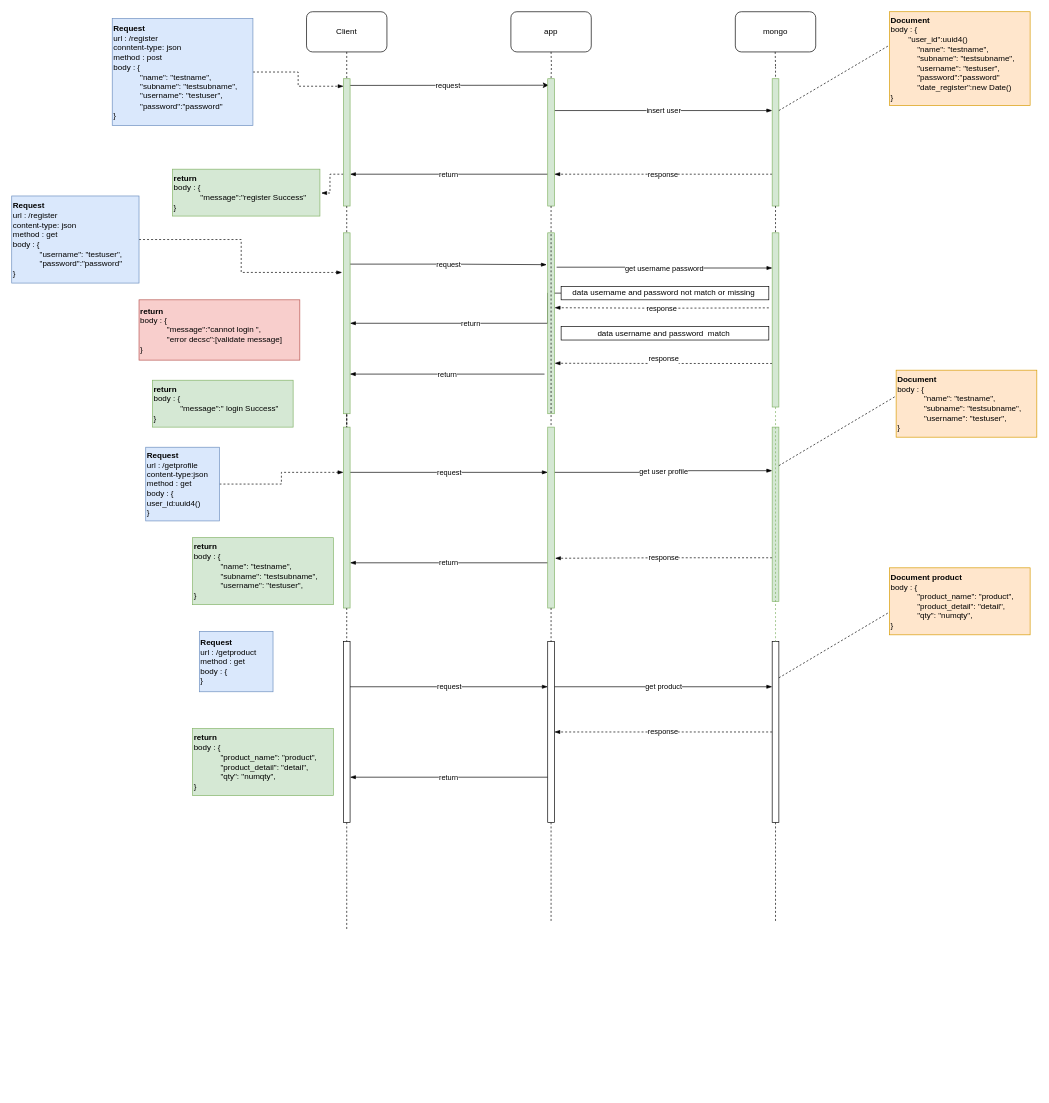
Above: page "Page-2" (2 of 2) of flow/Diagram.drawio in than2557/Backend_nodejs (draw.io), before the change. Source tidied: cells renumbered, new cells numbered last; positions are measured from the earlier drawing's top-left corner, leaving out a move shared by most shapes. Both pictures are drawn from the tidied source at 67%, with x=0, y=0 at pixel (11, 11).
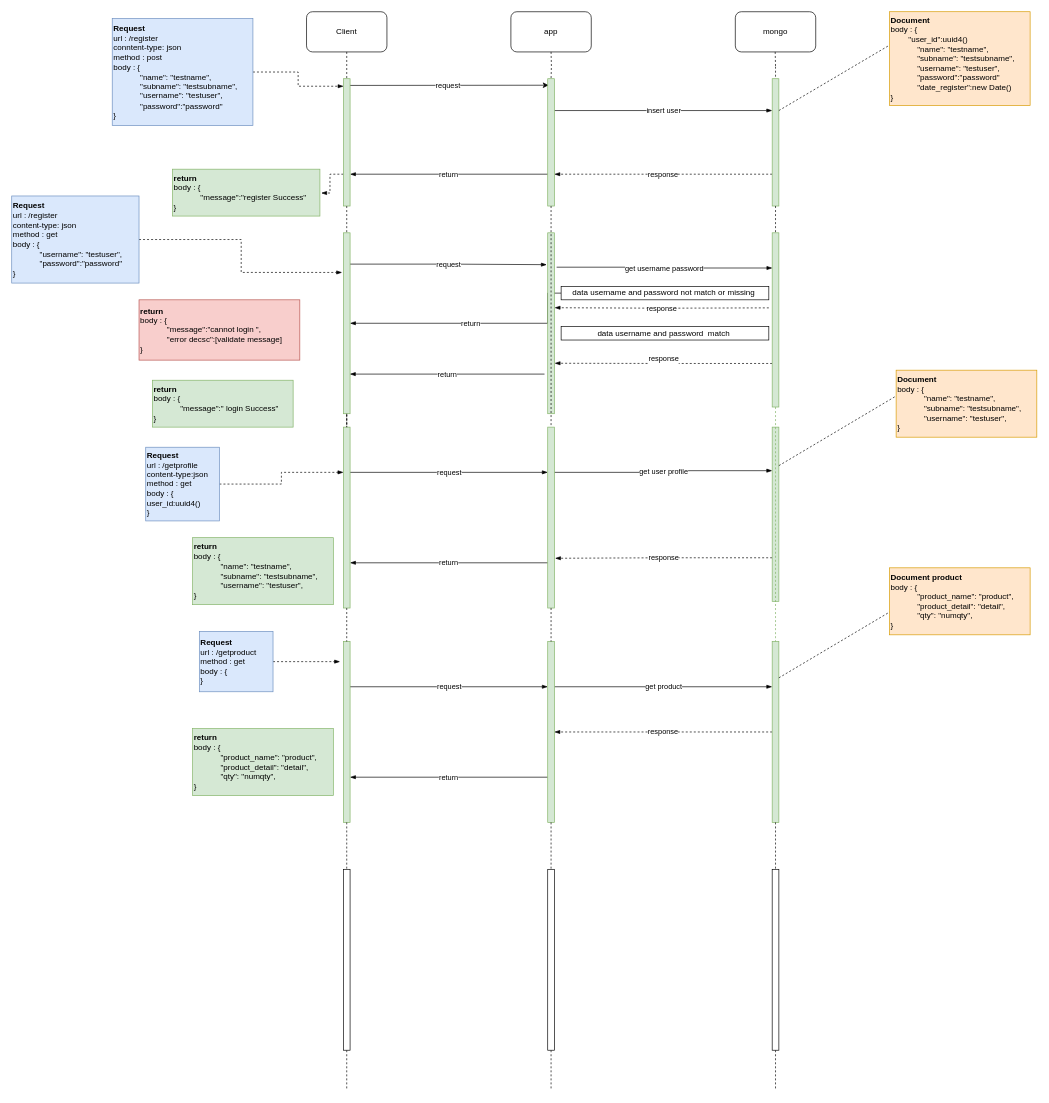
The same page after the edit.

Unchanged cells that the change refers to:
```xml
<mxCell id="66" value="&lt;b&gt;Request&lt;/b&gt;&lt;br&gt;url : /getproduct&lt;br&gt;method : get&lt;br&gt;body : {&lt;br&gt;&lt;blockquote style=&quot;margin: 0 0 0 40px; border: none; padding: 0px;&quot;&gt;&lt;/blockquote&gt;&lt;blockquote style=&quot;margin: 0 0 0 40px; border: none; padding: 0px;&quot;&gt;&lt;/blockquote&gt;}" style="text;html=1;align=left;verticalAlign=middle;points=[];strokeColor=#6c8ebf;fillColor=#dae8fc;" parent="1" vertex="1">
  <mxGeometry x="280" y="925" width="110" height="90" as="geometry" />
</mxCell>
```

Change to the diagram source:
```diff
@@
-    <mxCell id="2" style="edgeStyle=orthogonalEdgeStyle;rounded=0;jettySize=auto;html=1;exitX=0.5;exitY=1;exitDx=0;exitDy=0;startArrow=none;startFill=0;endArrow=none;endFill=0;dashed=1;" parent="1" edge="1" source="54">
+    <mxCell id="2" style="edgeStyle=orthogonalEdgeStyle;rounded=0;jettySize=auto;html=1;exitX=0.5;exitY=1;exitDx=0;exitDy=0;startArrow=none;startFill=0;endArrow=none;endFill=0;dashed=1;" parent="1" edge="1" source="70">
       <mxGeometry relative="1" as="geometry">
-        <mxPoint x="500" y="1370" as="targetPoint" />
+        <mxPoint x="500" y="1610" as="targetPoint" />
       </mxGeometry>
     </mxCell>
@@
-    <mxCell id="6" style="edgeStyle=orthogonalEdgeStyle;rounded=0;jettySize=auto;html=1;exitX=0.5;exitY=1;exitDx=0;exitDy=0;startArrow=none;startFill=0;endArrow=none;endFill=0;dashed=1;" parent="1" edge="1" source="58">
+    <mxCell id="6" style="edgeStyle=orthogonalEdgeStyle;rounded=0;jettySize=auto;html=1;exitX=0.5;exitY=1;exitDx=0;exitDy=0;startArrow=none;startFill=0;endArrow=none;endFill=0;dashed=1;" parent="1" edge="1" source="72">
       <mxGeometry relative="1" as="geometry">
-        <mxPoint x="805" y="1360" as="targetPoint" />
+        <mxPoint x="805" y="1610" as="targetPoint" />
       </mxGeometry>
     </mxCell>
-    <mxCell id="7" style="edgeStyle=orthogonalEdgeStyle;rounded=0;jettySize=auto;html=1;exitX=0.5;exitY=1;exitDx=0;exitDy=0;startArrow=none;startFill=0;endArrow=none;endFill=0;dashed=1;" parent="1" edge="1" source="61">
+    <mxCell id="7" style="edgeStyle=orthogonalEdgeStyle;rounded=0;jettySize=auto;html=1;exitX=0.5;exitY=1;exitDx=0;exitDy=0;startArrow=none;startFill=0;endArrow=none;endFill=0;dashed=1;" parent="1" edge="1" source="74">
       <mxGeometry relative="1" as="geometry">
-        <mxPoint x="1140" y="1360" as="targetPoint" />
+        <mxPoint x="1140" y="1610" as="targetPoint" />
       </mxGeometry>
     </mxCell>
@@
-    <mxCell id="54" style="rounded=0;whiteSpace=wrap;html=1;" parent="1" vertex="1">
+    <mxCell id="54" style="rounded=0;whiteSpace=wrap;html=1;fillColor=#d5e8d4;strokeColor=#82b366;" parent="1" vertex="1">
       <mxGeometry x="495" y="940" width="10" height="270" as="geometry" />
     </mxCell>
@@
-    <mxCell id="58" style="rounded=0;whiteSpace=wrap;html=1;" parent="1" vertex="1">
+    <mxCell id="58" style="rounded=0;whiteSpace=wrap;html=1;fillColor=#d5e8d4;strokeColor=#82b366;" parent="1" vertex="1">
       <mxGeometry x="800" y="940" width="10" height="270" as="geometry" />
     </mxCell>
@@
-    <mxCell id="61" style="rounded=0;whiteSpace=wrap;html=1;" parent="1" vertex="1">
+    <mxCell id="61" style="rounded=0;whiteSpace=wrap;html=1;fillColor=#d5e8d4;strokeColor=#82b366;" parent="1" vertex="1">
       <mxGeometry x="1135" y="940" width="10" height="270" as="geometry" />
     </mxCell>
@@
+    <mxCell id="69" style="edgeStyle=orthogonalEdgeStyle;rounded=0;jettySize=auto;html=1;dashed=1;startArrow=none;startFill=0;endArrow=blockThin;endFill=1;" parent="1" edge="1" source="66">
+      <mxGeometry relative="1" as="geometry">
+        <mxPoint x="490" y="970" as="targetPoint" />
+      </mxGeometry>
+    </mxCell>
@@
+    <mxCell id="70" style="rounded=0;whiteSpace=wrap;html=1;" parent="1" vertex="1">
+      <mxGeometry x="495" y="1280" width="10" height="270" as="geometry" />
+    </mxCell>
+    <mxCell id="71" style="edgeStyle=orthogonalEdgeStyle;rounded=0;jettySize=auto;html=1;exitX=0.5;exitY=1;exitDx=0;exitDy=0;startArrow=none;startFill=0;endArrow=none;endFill=0;dashed=1;" parent="1" edge="1" source="54" target="70">
+      <mxGeometry relative="1" as="geometry" />
+    </mxCell>
+    <mxCell id="72" style="rounded=0;whiteSpace=wrap;html=1;" parent="1" vertex="1">
+      <mxGeometry x="800" y="1280" width="10" height="270" as="geometry" />
+    </mxCell>
+    <mxCell id="73" style="edgeStyle=orthogonalEdgeStyle;rounded=0;jettySize=auto;html=1;exitX=0.5;exitY=1;exitDx=0;exitDy=0;startArrow=none;startFill=0;endArrow=none;endFill=0;dashed=1;" parent="1" edge="1" source="58" target="72">
+      <mxGeometry relative="1" as="geometry" />
+    </mxCell>
+    <mxCell id="74" style="rounded=0;whiteSpace=wrap;html=1;" parent="1" vertex="1">
+      <mxGeometry x="1135" y="1280" width="10" height="270" as="geometry" />
+    </mxCell>
+    <mxCell id="75" style="edgeStyle=orthogonalEdgeStyle;rounded=0;jettySize=auto;html=1;exitX=0.5;exitY=1;exitDx=0;exitDy=0;startArrow=none;startFill=0;endArrow=none;endFill=0;dashed=1;" parent="1" edge="1" source="61" target="74">
+      <mxGeometry relative="1" as="geometry" />
+    </mxCell>
```
